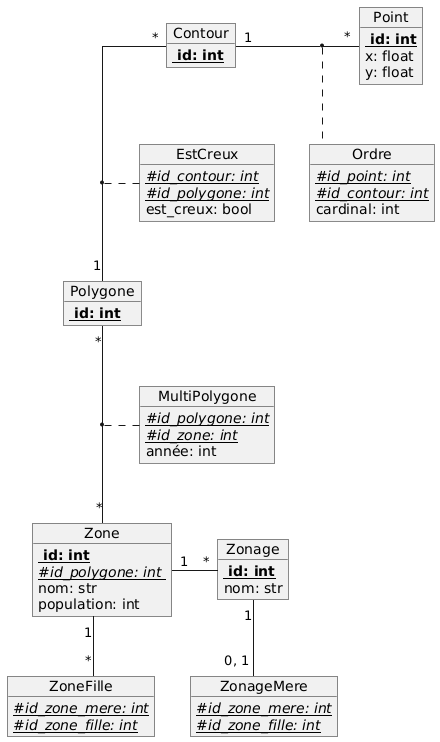
Above: doc/diagrammes/diagramme_entite_relation.png in antoni-guardia/ENSAI_ProjetInfo2A (PlantUML), before the change.
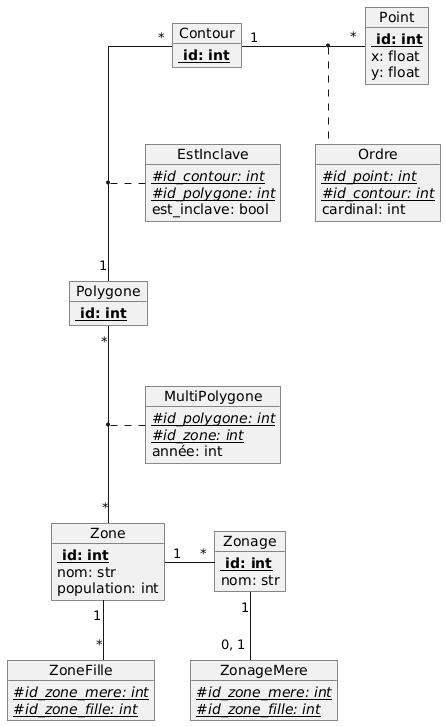
The same diagram one commit later.

Commit message:
maj diag entite-relation

Change to the diagram source:
```diff
@@ -10,7 +10,6 @@
 
 object Zone{
 <b> {Static} id: int
-{Static}//#id_polygone: int //
 nom: str
 population: int
 }
@@ -36,10 +35,10 @@
 x: float
 y: float
 }
-object EstCreux{
+object EstInclave{
 {Static}//#id_contour: int//
 {Static}//#id_polygone: int//
-est_creux: bool
+est_inclave: bool
 }
 
 object Ordre{
@@ -64,7 +63,7 @@
 (Polygone, Zone) .. MultiPolygone
 
 Contour "*" -- "1" Polygone
-(Contour, Polygone) .. EstCreux
+(Contour, Polygone) .. EstInclave
 
 Contour "1" -right- "*" Point
 (Contour, Point) .. Ordre
```
